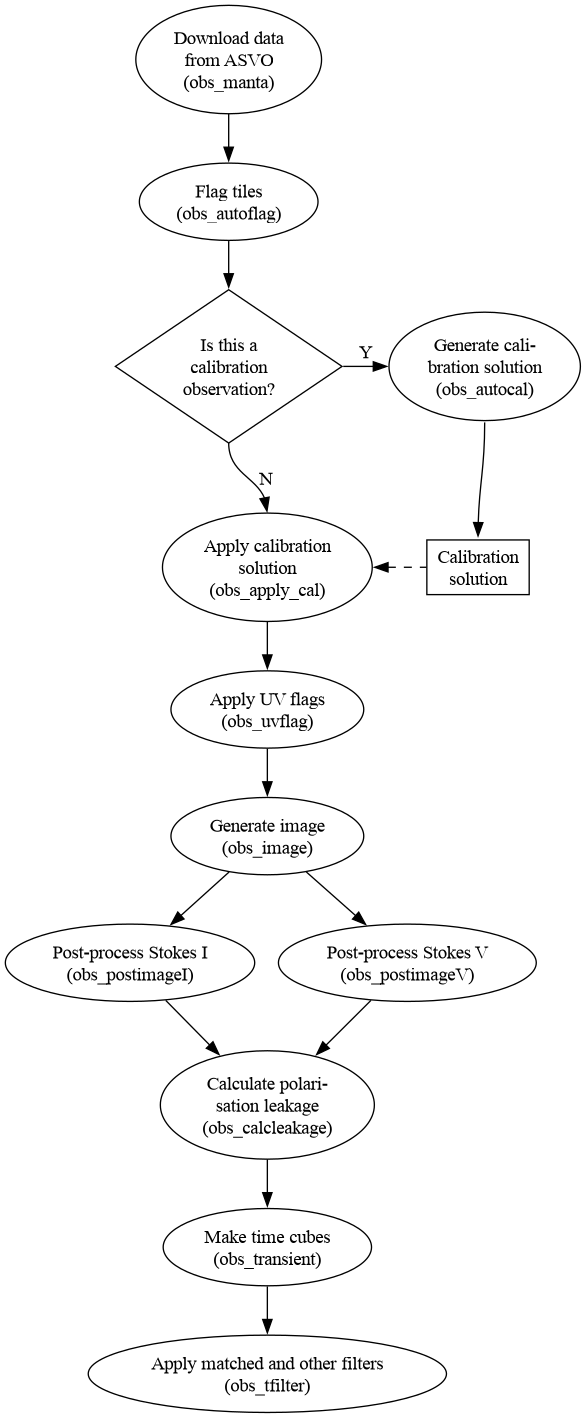
Earlier version of the Graphviz export doc/images/processing_pipeline_overview.png (robotopia/MWA-Galactic-Plane-Monitoring). Its source is kept beside it as doc/images/processing_pipeline_overview.dot. Source of this version:
```dot
digraph G {
  is_cal [shape=diamond; label="Is this a\ncalibration\nobservation?"];
  postimageI [label="postimage-I"];
  postimageV [label="postimage-V"];
  calsol [shape=rectangle; label="Calibration\nsolution"];
  manta [label="Download data\nfrom ASVO\n(obs_manta)"];
  autoflag [label="Flag tiles\n(obs_autoflag)"];
  autocal [label="Generate cali-\nbration solution\n(obs_autocal)"];
  apply_cal [label="Apply calibration\nsolution\n(obs_apply_cal)"];
  uvflag [label="Apply UV flags\n(obs_uvflag)"];
  image [label="Generate image\n(obs_image)"];
  postimageI [label="Post-process Stokes I\n(obs_postimageI)"];
  postimageV [label="Post-process Stokes V\n(obs_postimageV)"];
  calc_leakage [label="Calculate polari-\nsation leakage\n(obs_calcleakage)"];
  transient [label="Make time cubes\n(obs_transient)"];
  tfilter [label="Apply matched and other filters\n(obs_tfilter)"];

  manta -> autoflag -> is_cal;
  is_cal -> autocal [label="Y"];
  apply_cal -> uvflag -> image -> postimageI -> calc_leakage -> transient -> tfilter;
  image -> postimageV -> calc_leakage;
  autocal:s -> calsol:n;
  apply_cal -> calsol [dir="back"; style=dashed];
  is_cal:s -> apply_cal:n [label="N"];

  {rank="same"; apply_cal; calsol;}
  {rank="same"; is_cal; autocal;}
}
```
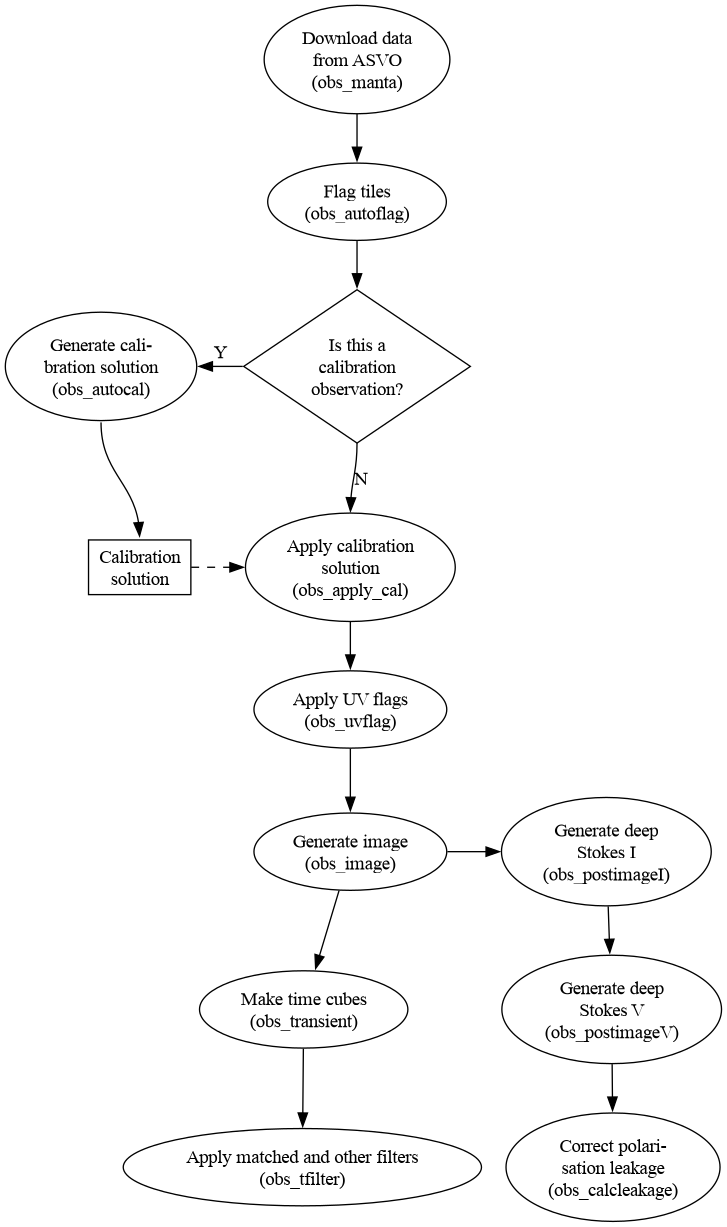
After the commit.

Commit message:
Updated pipeline flowchart

Change to the diagram source:
```diff
@@ -9,20 +9,21 @@
   apply_cal [label="Apply calibration\nsolution\n(obs_apply_cal)"];
   uvflag [label="Apply UV flags\n(obs_uvflag)"];
   image [label="Generate image\n(obs_image)"];
-  postimageI [label="Post-process Stokes I\n(obs_postimageI)"];
-  postimageV [label="Post-process Stokes V\n(obs_postimageV)"];
-  calc_leakage [label="Calculate polari-\nsation leakage\n(obs_calcleakage)"];
+  postimageI [label="Generate deep\nStokes I\n(obs_postimageI)"];
+  postimageV [label="Generate deep\nStokes V\n(obs_postimageV)"];
+  calc_leakage [label="Correct polari-\nsation leakage\n(obs_calcleakage)"];
   transient [label="Make time cubes\n(obs_transient)"];
   tfilter [label="Apply matched and other filters\n(obs_tfilter)"];
 
   manta -> autoflag -> is_cal;
-  is_cal -> autocal [label="Y"];
-  apply_cal -> uvflag -> image -> postimageI -> calc_leakage -> transient -> tfilter;
-  image -> postimageV -> calc_leakage;
+  autocal -> is_cal [dir=back; label="Y"];
   autocal:s -> calsol:n;
-  apply_cal -> calsol [dir="back"; style=dashed];
+  apply_cal -> uvflag -> image -> transient -> tfilter;
+  image -> postimageI -> postimageV -> calc_leakage;
+  calsol -> apply_cal [style=dashed];
   is_cal:s -> apply_cal:n [label="N"];
 
   {rank="same"; apply_cal; calsol;}
   {rank="same"; is_cal; autocal;}
+  {rank="same"; image; postimageI;}
 }
```
